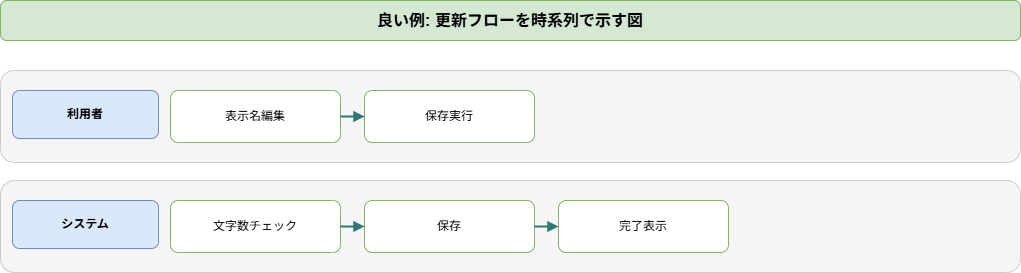
kaku3/workbooks keeps this draw.io diagram as docs/zukai-drill/data/diagrams/beginner-profile-update_good-diagram.drawio.png. Above is the earlier version. Source tidied: cells renumbered, new cells last; positions are measured from the earlier drawing's top-left corner, leaving out a move shared by most shapes.
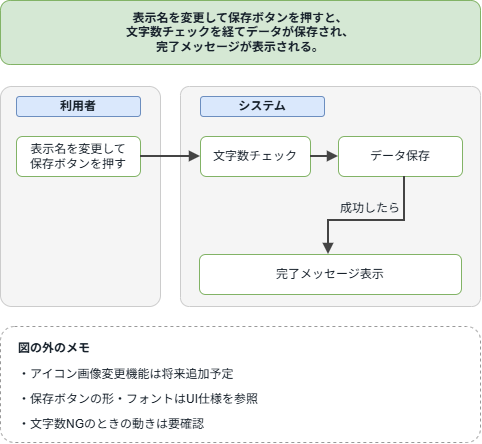
After the commit.

What changed in the source:
```diff
@@ -2,44 +2,64 @@
   <root>
     <mxCell id="0" />
     <mxCell id="1" parent="0" />
-    <mxCell id="2" value="良い例: 更新フローを時系列で示す図" style="rounded=1;whiteSpace=wrap;html=1;fillColor=#d5e8d4;strokeColor=#82b366;fontSize=16;fontStyle=1;" parent="1" vertex="1">
-      <mxGeometry width="1020" height="40" as="geometry" />
+    <mxCell id="2" value="表示名を変更して保存ボタンを押すと、&lt;br&gt;文字数チェックを経てデータが保存され、&lt;br&gt;完了メッセージが表示される。" style="rounded=1;whiteSpace=wrap;html=1;fillColor=#d5e8d4;strokeColor=#82b366;fontSize=12;fontColor=#17212b;fontStyle=1;" parent="1" vertex="1">
+      <mxGeometry x="-20" y="-6" width="480" height="64" as="geometry" />
     </mxCell>
-    <mxCell id="3" style="rounded=1;whiteSpace=wrap;html=1;fillColor=#f5f5f5;strokeColor=#cccccc;" parent="1" vertex="1">
-      <mxGeometry y="70" width="1020" height="92" as="geometry" />
+    <mxCell id="3" style="rounded=1;whiteSpace=wrap;html=1;fillColor=#f5f5f5;strokeColor=#cccccc;fontSize=12;arcSize=7;" parent="1" vertex="1">
+      <mxGeometry x="-20" y="80" width="160" height="220" as="geometry" />
     </mxCell>
-    <mxCell id="4" value="利用者" style="rounded=1;whiteSpace=wrap;html=1;fillColor=#dae8fc;strokeColor=#6c8ebf;fontStyle=1;" parent="1" vertex="1">
-      <mxGeometry x="12" y="90" width="146" height="48" as="geometry" />
+    <mxCell id="4" style="rounded=1;whiteSpace=wrap;html=1;fillColor=#f5f5f5;strokeColor=#cccccc;arcSize=4;fontSize=12;" parent="1" vertex="1">
+      <mxGeometry x="160" y="80" width="300" height="220" as="geometry" />
     </mxCell>
-    <mxCell id="5" value="表示名編集" style="rounded=1;whiteSpace=wrap;html=1;fillColor=#ffffff;strokeColor=#82b366;" parent="1" vertex="1">
-      <mxGeometry x="170" y="90" width="170" height="52" as="geometry" />
+    <mxCell id="5" value="利用者" style="rounded=1;whiteSpace=wrap;html=1;fillColor=#dae8fc;strokeColor=#6c8ebf;fontSize=12;fontColor=#17212b;fontStyle=1;" parent="1" vertex="1">
+      <mxGeometry x="-4" y="90" width="124" height="20" as="geometry" />
     </mxCell>
-    <mxCell id="6" value="保存実行" style="rounded=1;whiteSpace=wrap;html=1;fillColor=#ffffff;strokeColor=#82b366;" parent="1" vertex="1">
-      <mxGeometry x="364" y="90" width="170" height="52" as="geometry" />
+    <mxCell id="6" value="システム" style="rounded=1;whiteSpace=wrap;html=1;fillColor=#dae8fc;strokeColor=#6c8ebf;fontSize=12;fontColor=#17212b;fontStyle=1;" parent="1" vertex="1">
+      <mxGeometry x="180" y="90" width="124" height="20" as="geometry" />
     </mxCell>
-    <mxCell id="7" style="endArrow=block;html=1;rounded=0;strokeColor=#2d7a72;strokeWidth=2;" parent="1" edge="1" source="5" target="6">
-      <mxGeometry relative="1" as="geometry" />
+    <mxCell id="7" value="表示名を変更して&lt;br&gt;保存ボタンを押す" style="rounded=1;whiteSpace=wrap;html=1;fillColor=#ffffff;strokeColor=#82b366;fontSize=12;fontColor=#17212b;" parent="1" vertex="1">
+      <mxGeometry x="-4" y="130" width="124" height="40" as="geometry" />
     </mxCell>
-    <mxCell id="8" style="rounded=1;whiteSpace=wrap;html=1;fillColor=#f5f5f5;strokeColor=#cccccc;" parent="1" vertex="1">
-      <mxGeometry y="180" width="1020" height="92" as="geometry" />
+    <mxCell id="8" value="文字数チェック" style="rounded=1;whiteSpace=wrap;html=1;fillColor=#ffffff;strokeColor=#82b366;fontSize=12;fontColor=#17212b;" parent="1" vertex="1">
+      <mxGeometry x="180" y="130" width="110" height="40" as="geometry" />
     </mxCell>
-    <mxCell id="9" value="システム" style="rounded=1;whiteSpace=wrap;html=1;fillColor=#dae8fc;strokeColor=#6c8ebf;fontStyle=1;" parent="1" vertex="1">
-      <mxGeometry x="12" y="200" width="146" height="48" as="geometry" />
+    <mxCell id="9" value="データ保存" style="rounded=1;whiteSpace=wrap;html=1;fillColor=#ffffff;strokeColor=#82b366;fontSize=12;fontColor=#17212b;" parent="1" vertex="1">
+      <mxGeometry x="318" y="130" width="124" height="40" as="geometry" />
     </mxCell>
-    <mxCell id="10" value="文字数チェック" style="rounded=1;whiteSpace=wrap;html=1;fillColor=#ffffff;strokeColor=#82b366;" parent="1" vertex="1">
-      <mxGeometry x="170" y="200" width="170" height="52" as="geometry" />
+    <mxCell id="10" value="完了メッセージ表示" style="rounded=1;whiteSpace=wrap;html=1;fillColor=#ffffff;strokeColor=#82b366;fontSize=12;fontColor=#17212b;" parent="1" vertex="1">
+      <mxGeometry x="179" y="248" width="262" height="40" as="geometry" />
     </mxCell>
-    <mxCell id="11" value="保存" style="rounded=1;whiteSpace=wrap;html=1;fillColor=#ffffff;strokeColor=#82b366;" parent="1" vertex="1">
-      <mxGeometry x="364" y="200" width="170" height="52" as="geometry" />
+    <mxCell id="11" style="edgeStyle=orthogonalEdgeStyle;rounded=0;html=1;endArrow=block;endFill=1;strokeWidth=2;strokeColor=#444444;exitX=1;exitY=0.5;exitDx=0;exitDy=0;entryX=0;entryY=0.5;entryDx=0;entryDy=0;fontSize=12;" parent="1" edge="1" source="7" target="8">
+      <mxGeometry relative="1" as="geometry" />
     </mxCell>
-    <mxCell id="12" style="endArrow=block;html=1;rounded=0;strokeColor=#2d7a72;strokeWidth=2;" parent="1" edge="1" source="10" target="11">
+    <mxCell id="12" style="edgeStyle=orthogonalEdgeStyle;rounded=0;html=1;endArrow=block;endFill=1;strokeWidth=2;strokeColor=#444444;fontSize=12;" parent="1" edge="1" source="8" target="9">
       <mxGeometry relative="1" as="geometry" />
     </mxCell>
-    <mxCell id="13" value="完了表示" style="rounded=1;whiteSpace=wrap;html=1;fillColor=#ffffff;strokeColor=#82b366;" parent="1" vertex="1">
-      <mxGeometry x="558" y="200" width="170" height="52" as="geometry" />
+    <mxCell id="13" style="edgeStyle=orthogonalEdgeStyle;rounded=0;html=1;endArrow=block;endFill=1;strokeWidth=2;strokeColor=#444444;fontSize=12;" parent="1" edge="1" source="9" target="10">
+      <mxGeometry relative="1" as="geometry">
+        <Array as="points">
+          <mxPoint x="384" y="214" />
+          <mxPoint x="308" y="214" />
+        </Array>
+      </mxGeometry>
     </mxCell>
-    <mxCell id="14" style="endArrow=block;html=1;rounded=0;strokeColor=#2d7a72;strokeWidth=2;" parent="1" edge="1" source="11" target="13">
-      <mxGeometry relative="1" as="geometry" />
+    <mxCell id="14" value="成功したら" style="text;html=1;align=left;verticalAlign=middle;fontSize=12;fontColor=#17212b;" parent="1" vertex="1">
+      <mxGeometry x="318" y="192" width="90" height="20" as="geometry" />
     </mxCell>
+    <mxCell id="15" style="rounded=1;whiteSpace=wrap;html=1;fillColor=#ffffff;strokeColor=#999999;dashed=1;fontSize=12;arcSize=12;" parent="1" vertex="1">
+      <mxGeometry x="-20" y="320" width="480" height="116" as="geometry" />
+    </mxCell>
+    <mxCell id="16" value="図の外のメモ" style="text;html=1;align=left;verticalAlign=middle;fontSize=12;fontColor=#17212b;fontStyle=1;" parent="1" vertex="1">
+      <mxGeometry x="-4" y="332" width="200" height="20" as="geometry" />
+    </mxCell>
+    <mxCell id="17" value="・アイコン画像変更機能は将来追加予定" style="text;html=1;align=left;verticalAlign=middle;fontSize=12;fontColor=#17212b;" parent="1" vertex="1">
+      <mxGeometry x="-4" y="358" width="440" height="20" as="geometry" />
+    </mxCell>
+    <mxCell id="18" value="・保存ボタンの形・フォントはUI仕様を参照" style="text;html=1;align=left;verticalAlign=middle;fontSize=12;fontColor=#17212b;" parent="1" vertex="1">
+      <mxGeometry x="-4" y="383" width="440" height="20" as="geometry" />
+    </mxCell>
+    <mxCell id="19" value="・文字数NGのときの動きは要確認" style="text;html=1;align=left;verticalAlign=middle;fontSize=12;fontColor=#17212b;" parent="1" vertex="1">
+      <mxGeometry x="-4" y="408" width="440" height="20" as="geometry" />
+    </mxCell>
   </root>
 </mxGraphModel>
```
